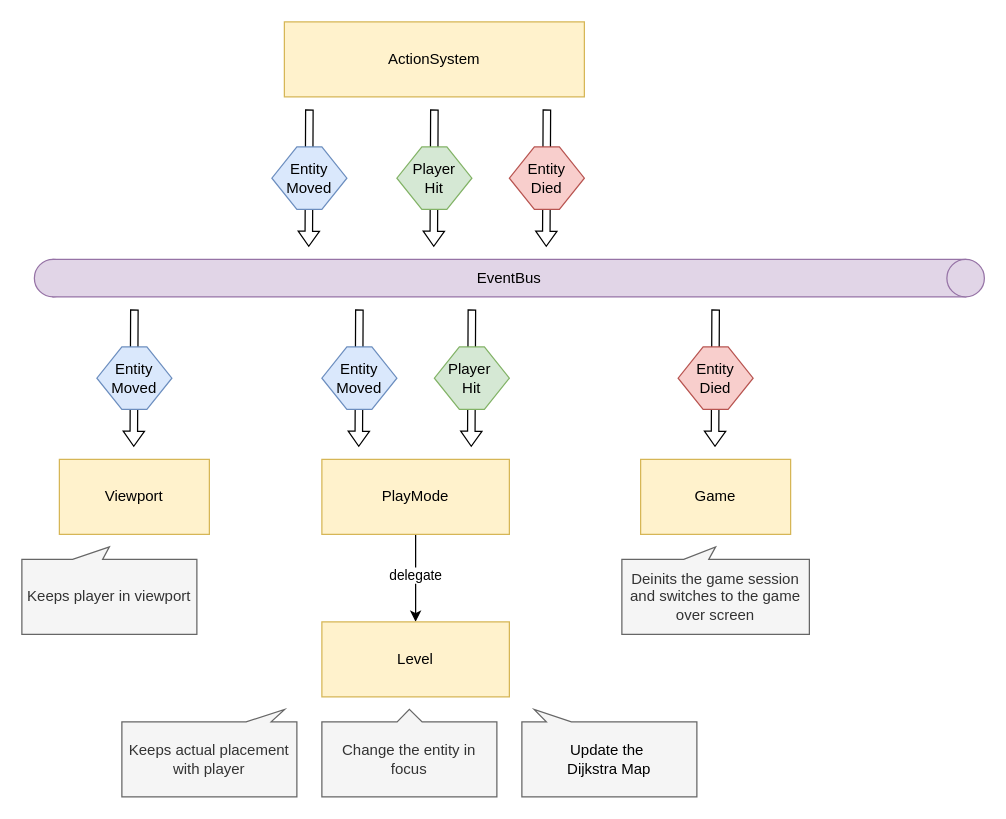
The draw.io diagram page "Events" (4 of 9) of docs/schemas.drawio in vladimir-popov/forgotten_catacombs, before the edit. Source tidied: cells renumbered, new cells numbered last; positions are measured from the earlier drawing's top-left corner, leaving out a move shared by most shapes. Both pictures are drawn from the tidied source at 125%, with x=0, y=0 at pixel (21, 21).
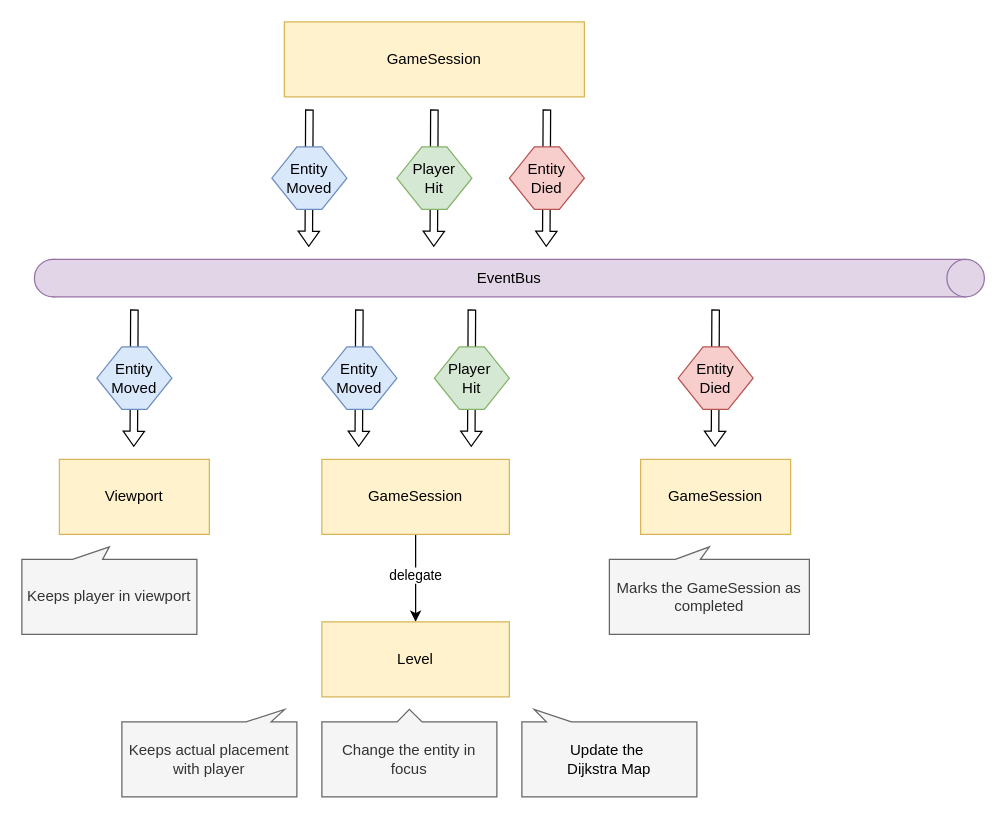
Above is the later version.

Commit message (it also covers changes not shown here):
Game Modes are tagged union now

Change to the diagram source:
```diff
@@
-    <mxCell id="6" value="ActionSystem" style="rounded=0;whiteSpace=wrap;html=1;fillColor=#fff2cc;strokeColor=#d6b656;" parent="1" vertex="1">
+    <mxCell id="6" value="GameSession" style="rounded=0;whiteSpace=wrap;html=1;fillColor=#fff2cc;strokeColor=#d6b656;" parent="1" vertex="1">
       <mxGeometry x="210" width="240" height="60" as="geometry" />
     </mxCell>
@@
-    <mxCell id="8" value="Game" style="rounded=0;whiteSpace=wrap;html=1;fillColor=#fff2cc;strokeColor=#d6b656;" parent="1" vertex="1">
+    <mxCell id="8" value="GameSession" style="rounded=0;whiteSpace=wrap;html=1;fillColor=#fff2cc;strokeColor=#d6b656;" parent="1" vertex="1">
       <mxGeometry x="495" y="350" width="120" height="60" as="geometry" />
     </mxCell>
@@
-    <mxCell id="17" value="Deinits the game session and switches to the game over screen" style="shape=callout;whiteSpace=wrap;html=1;perimeter=calloutPerimeter;flipV=1;size=10;position=0.33;fillColor=#f5f5f5;fontColor=#333333;strokeColor=#666666;" parent="1" vertex="1">
-      <mxGeometry x="480" y="420" width="150" height="70" as="geometry" />
+    <mxCell id="17" value="Marks the GameSession as completed" style="shape=callout;whiteSpace=wrap;html=1;perimeter=calloutPerimeter;flipV=1;size=10;position=0.33;fillColor=#f5f5f5;fontColor=#333333;strokeColor=#666666;" parent="1" vertex="1">
+      <mxGeometry x="470" y="420" width="160" height="70" as="geometry" />
     </mxCell>
@@
-    <mxCell id="29" value="PlayMode" style="rounded=0;whiteSpace=wrap;html=1;fillColor=#fff2cc;strokeColor=#d6b656;" parent="1" vertex="1">
+    <mxCell id="29" value="GameSession" style="rounded=0;whiteSpace=wrap;html=1;fillColor=#fff2cc;strokeColor=#d6b656;" parent="1" vertex="1">
       <mxGeometry x="240" y="350" width="150" height="60" as="geometry" />
     </mxCell>
```
